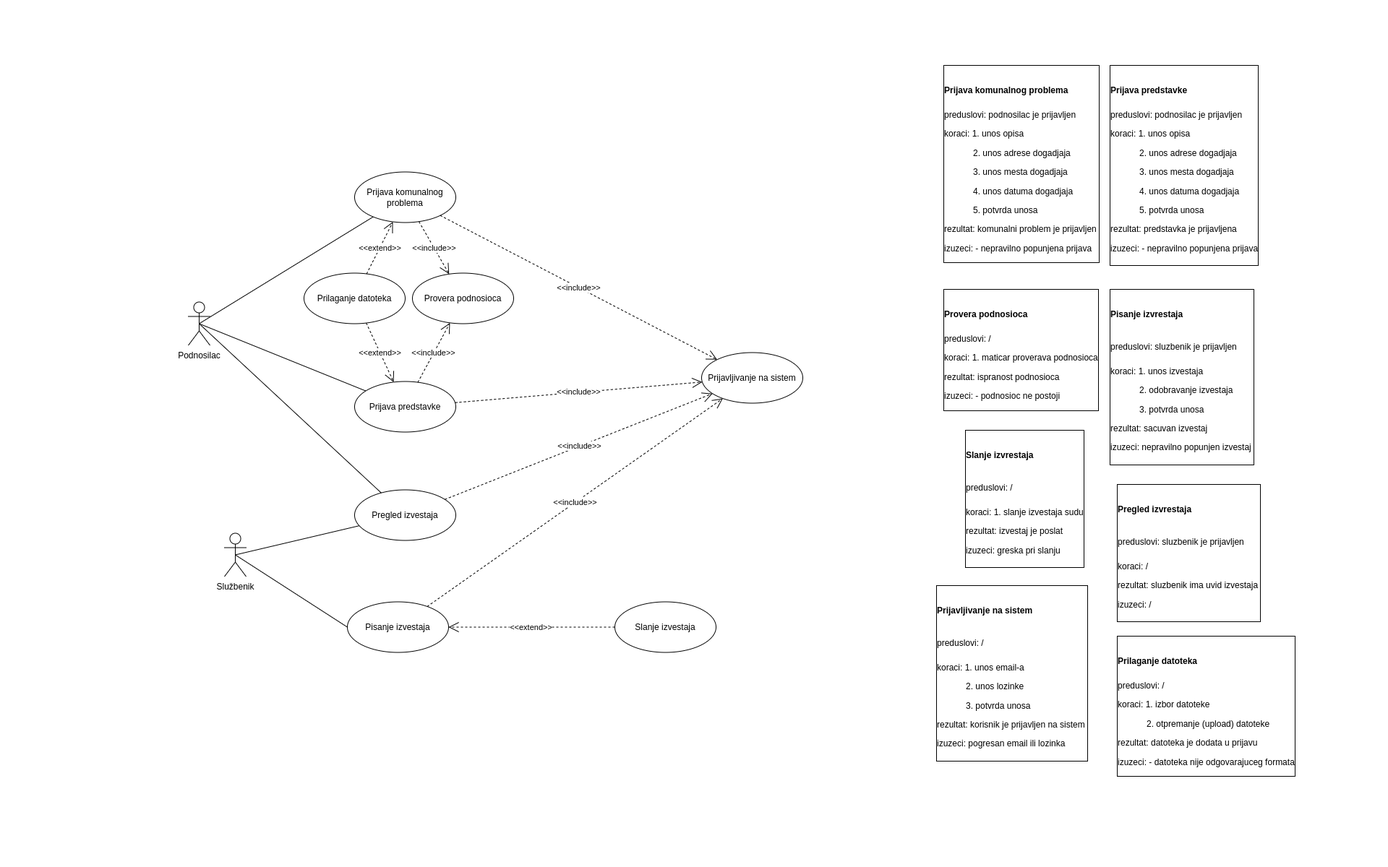
Earlier version of the draw.io export 9. komunalna policija i inspekcija/use-case-diagram.png (stefanjelkic00/eUprava-1). Source tidied: cells renumbered, new cells last; positions are measured from the earlier drawing's top-left corner, leaving out a move shared by most shapes.
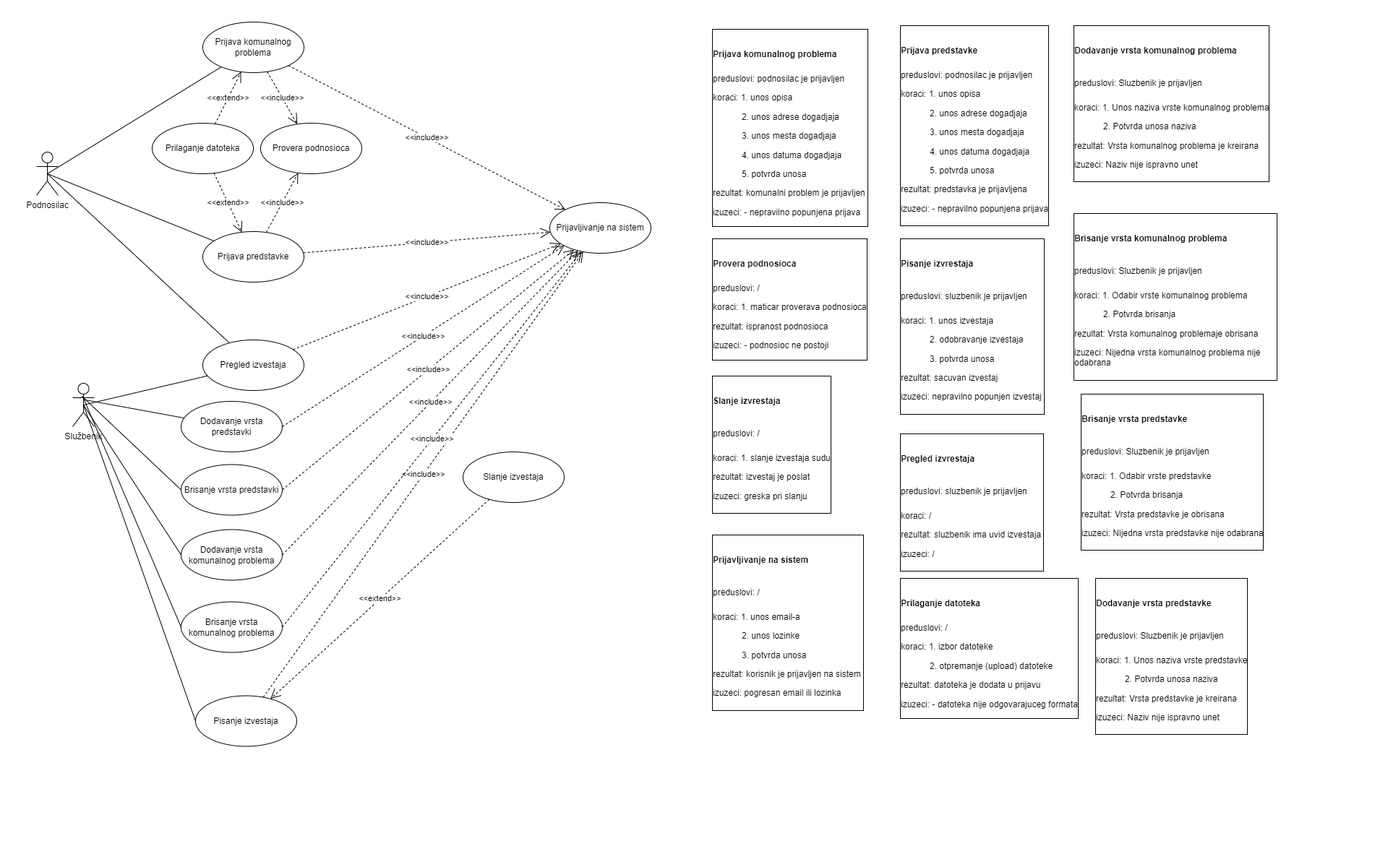
After the change.

Commit message:
Update class diagram and use case diagram

The edit, as a diff of the source:
```diff
@@ -5,15 +5,15 @@
     <mxCell id="2" value="Podnosilac" style="shape=umlActor;verticalLabelPosition=bottom;verticalAlign=top;html=1;" parent="1" vertex="1">
-      <mxGeometry y="317.5" width="30" height="60" as="geometry" />
+      <mxGeometry x="-210" y="110" width="30" height="60" as="geometry" />
     </mxCell>
     <mxCell id="3" value="Službenik" style="shape=umlActor;verticalLabelPosition=bottom;verticalAlign=top;html=1;" parent="1" vertex="1">
-      <mxGeometry x="50" y="637.5" width="30" height="60" as="geometry" />
+      <mxGeometry x="-160" y="430" width="30" height="60" as="geometry" />
     </mxCell>
     <mxCell id="4" value="Prijava komunalnog problema" style="ellipse;whiteSpace=wrap;html=1;" parent="1" vertex="1">
-      <mxGeometry x="230" y="137.5" width="140" height="70" as="geometry" />
+      <mxGeometry x="20" y="-70" width="140" height="70" as="geometry" />
     </mxCell>
     <mxCell id="5" value="Prijavljivanje na sistem" style="ellipse;whiteSpace=wrap;html=1;" parent="1" vertex="1">
-      <mxGeometry x="710" y="387.5" width="140" height="70" as="geometry" />
+      <mxGeometry x="500" y="180" width="140" height="70" as="geometry" />
     </mxCell>
     <mxCell id="6" value="Pisanje izvestaja" style="ellipse;whiteSpace=wrap;html=1;" parent="1" vertex="1">
-      <mxGeometry x="220" y="732.5" width="140" height="70" as="geometry" />
+      <mxGeometry x="10" y="862.5" width="140" height="70" as="geometry" />
     </mxCell>
@@ -26,3 +26,3 @@
     <mxCell id="9" value="Prilaganje datoteka" style="ellipse;whiteSpace=wrap;html=1;" parent="1" vertex="1">
-      <mxGeometry x="160" y="277.5" width="140" height="70" as="geometry" />
+      <mxGeometry x="-50" y="70" width="140" height="70" as="geometry" />
     </mxCell>
@@ -32,3 +32,3 @@
     <mxCell id="11" value="Pregled izvestaja" style="ellipse;whiteSpace=wrap;html=1;" parent="1" vertex="1">
-      <mxGeometry x="230" y="577.5" width="140" height="70" as="geometry" />
+      <mxGeometry x="20" y="370" width="140" height="70" as="geometry" />
     </mxCell>
@@ -44,3 +44,3 @@
     <mxCell id="15" value="Slanje izvestaja" style="ellipse;whiteSpace=wrap;html=1;" parent="1" vertex="1">
-      <mxGeometry x="590" y="732.5" width="140" height="70" as="geometry" />
+      <mxGeometry x="380" y="525" width="140" height="70" as="geometry" />
     </mxCell>
@@ -50,3 +50,3 @@
     <mxCell id="17" value="Prijava predstavke" style="ellipse;whiteSpace=wrap;html=1;" parent="1" vertex="1">
-      <mxGeometry x="230" y="427.5" width="140" height="70" as="geometry" />
+      <mxGeometry x="20" y="220" width="140" height="70" as="geometry" />
     </mxCell>
@@ -65,3 +65,3 @@
     <mxCell id="22" value="Provera podnosioca" style="ellipse;whiteSpace=wrap;html=1;" parent="1" vertex="1">
-      <mxGeometry x="310" y="277.5" width="140" height="70" as="geometry" />
+      <mxGeometry x="100" y="70" width="140" height="70" as="geometry" />
     </mxCell>
@@ -77,25 +77,73 @@
     <mxCell id="26" value="&lt;h1&gt;&lt;font style=&quot;font-size: 12px&quot;&gt;Prijava komunalnog problema&lt;/font&gt;&lt;/h1&gt;&lt;p&gt;preduslovi: podnosilac je prijavljen&lt;/p&gt;&lt;p&gt;koraci: 1. unos opisa&lt;/p&gt;&lt;p&gt;&lt;span style=&quot;white-space: pre&quot;&gt;&#9;&lt;/span&gt;&amp;nbsp; &amp;nbsp; 2. unos adrese dogadjaja&lt;br&gt;&lt;/p&gt;&lt;p&gt;&lt;span style=&quot;white-space: pre&quot;&gt;&#9;&lt;/span&gt;&amp;nbsp; &amp;nbsp; 3. unos mesta dogadjaja&lt;br&gt;&lt;/p&gt;&lt;p&gt;&lt;span style=&quot;white-space: pre&quot;&gt;&#9;&lt;/span&gt;&amp;nbsp; &amp;nbsp; 4. unos datuma dogadjaja&lt;br&gt;&lt;/p&gt;&lt;p&gt;&lt;span style=&quot;white-space: pre&quot;&gt;&#9;&lt;/span&gt;&amp;nbsp; &amp;nbsp; 5. potvrda unosa&lt;br&gt;&lt;/p&gt;&lt;p&gt;rezultat: komunalni problem je prijavljen&amp;nbsp;&lt;/p&gt;&lt;p&gt;izuzeci: - nepravilno popunjena prijava&lt;/p&gt;" style="text;html=1;strokeColor=none;fillColor=none;spacing=5;spacingTop=-20;whiteSpace=wrap;overflow=hidden;rounded=0;labelBorderColor=default;" parent="1" vertex="1">
-      <mxGeometry x="1040" width="270" height="280" as="geometry" />
+      <mxGeometry x="720" y="-50" width="270" height="280" as="geometry" />
     </mxCell>
     <mxCell id="27" value="&lt;h1&gt;&lt;font style=&quot;font-size: 12px&quot;&gt;Prilaganje datoteka&lt;/font&gt;&lt;/h1&gt;&lt;p&gt;preduslovi: /&lt;/p&gt;&lt;p&gt;koraci: 1. izbor datoteke&lt;/p&gt;&lt;p&gt;&lt;span style=&quot;white-space: pre&quot;&gt;&#9;&lt;/span&gt;&amp;nbsp; &amp;nbsp; 2. otpremanje (upload) datoteke&lt;/p&gt;&lt;p&gt;rezultat: datoteka je dodata u prijavu&amp;nbsp;&lt;/p&gt;&lt;p&gt;&lt;span&gt;izuzeci: - datoteka nije odgovarajuceg formata&lt;/span&gt;&lt;/p&gt;" style="text;html=1;strokeColor=none;fillColor=none;spacing=5;spacingTop=-20;whiteSpace=wrap;overflow=hidden;rounded=0;labelBorderColor=default;fontSize=12;" parent="1" vertex="1">
-      <mxGeometry x="1280" y="790" width="290" height="210" as="geometry" />
+      <mxGeometry x="980" y="710" width="290" height="210" as="geometry" />
     </mxCell>
     <mxCell id="28" value="&lt;h1&gt;&lt;font style=&quot;font-size: 12px&quot;&gt;Provera podnosioca&lt;/font&gt;&lt;/h1&gt;&lt;p&gt;preduslovi: /&lt;/p&gt;&lt;p&gt;koraci: 1. maticar proverava podnosioca&lt;/p&gt;&lt;p&gt;rezultat: ispranost podnosioca&amp;nbsp;&lt;/p&gt;&lt;p&gt;&lt;span&gt;izuzeci: - podnosioc ne postoji&lt;/span&gt;&lt;/p&gt;" style="text;html=1;strokeColor=none;fillColor=none;spacing=5;spacingTop=-20;whiteSpace=wrap;overflow=hidden;rounded=0;labelBorderColor=default;fontSize=12;" parent="1" vertex="1">
-      <mxGeometry x="1040" y="310" width="290" height="320" as="geometry" />
+      <mxGeometry x="720" y="240" width="290" height="320" as="geometry" />
     </mxCell>
     <mxCell id="29" value="&lt;h1&gt;&lt;span style=&quot;font-size: 12px&quot;&gt;Prijava predstavke&lt;/span&gt;&lt;/h1&gt;&lt;h1&gt;&lt;p style=&quot;font-size: 12px ; font-weight: 400&quot;&gt;preduslovi: podnosilac je prijavljen&lt;/p&gt;&lt;p style=&quot;font-size: 12px ; font-weight: 400&quot;&gt;koraci: 1. unos opisa&lt;/p&gt;&lt;p style=&quot;font-size: 12px ; font-weight: 400&quot;&gt;&lt;span&gt;&#9;&lt;/span&gt;&lt;span style=&quot;white-space: pre&quot;&gt;&#9;&lt;/span&gt;&amp;nbsp; &amp;nbsp; 2. unos adrese dogadjaja&lt;br&gt;&lt;/p&gt;&lt;p style=&quot;font-size: 12px ; font-weight: 400&quot;&gt;&lt;span&gt;&#9;&lt;/span&gt;&amp;nbsp; &amp;nbsp; &lt;span style=&quot;white-space: pre&quot;&gt;&#9;&amp;nbsp;&lt;/span&gt;&amp;nbsp; &amp;nbsp;3. unos mesta dogadjaja&lt;br&gt;&lt;/p&gt;&lt;p style=&quot;font-size: 12px ; font-weight: 400&quot;&gt;&lt;span&gt;&#9;&lt;/span&gt;&amp;nbsp; &amp;nbsp; &lt;span style=&quot;white-space: pre&quot;&gt;&#9;&lt;/span&gt;&amp;nbsp; &amp;nbsp; 4. unos datuma dogadjaja&lt;br&gt;&lt;/p&gt;&lt;p style=&quot;font-size: 12px ; font-weight: 400&quot;&gt;&lt;span&gt;&#9;&lt;/span&gt;&amp;nbsp; &amp;nbsp; &lt;span style=&quot;white-space: pre&quot;&gt;&#9;&lt;/span&gt;&amp;nbsp; &amp;nbsp; 5. potvrda unosa&lt;br&gt;&lt;/p&gt;&lt;p style=&quot;font-size: 12px ; font-weight: 400&quot;&gt;rezultat: predstavka je prijavljena&amp;nbsp;&lt;/p&gt;&lt;p style=&quot;font-size: 12px ; font-weight: 400&quot;&gt;izuzeci: - nepravilno popunjena prijava&lt;/p&gt;&lt;/h1&gt;" style="text;html=1;strokeColor=none;fillColor=none;spacing=5;spacingTop=-20;whiteSpace=wrap;overflow=hidden;rounded=0;labelBorderColor=default;fontSize=12;" parent="1" vertex="1">
-      <mxGeometry x="1270" width="290" height="320" as="geometry" />
+      <mxGeometry x="980" y="-55" width="290" height="320" as="geometry" />
     </mxCell>
     <mxCell id="30" value="&lt;h1&gt;&lt;span style=&quot;font-size: 12px&quot;&gt;Pregled izvrestaja&lt;/span&gt;&lt;/h1&gt;&lt;h1&gt;&lt;span style=&quot;font-size: 12px ; font-weight: 400&quot;&gt;preduslovi: sluzbenik je prijavljen&lt;/span&gt;&lt;br&gt;&lt;/h1&gt;&lt;h1&gt;&lt;p style=&quot;font-size: 12px ; font-weight: 400&quot;&gt;koraci: /&lt;/p&gt;&lt;p style=&quot;font-size: 12px ; font-weight: 400&quot;&gt;rezultat: sluzbenik ima uvid izvestaja&amp;nbsp;&lt;/p&gt;&lt;p style=&quot;font-size: 12px ; font-weight: 400&quot;&gt;izuzeci: /&lt;/p&gt;&lt;/h1&gt;" style="text;html=1;strokeColor=none;fillColor=none;spacing=5;spacingTop=-20;whiteSpace=wrap;overflow=hidden;rounded=0;labelBorderColor=default;fontSize=12;" parent="1" vertex="1">
-      <mxGeometry x="1280" y="580" width="290" height="320" as="geometry" />
+      <mxGeometry x="980" y="510" width="290" height="320" as="geometry" />
     </mxCell>
     <mxCell id="31" value="&lt;h1&gt;&lt;span style=&quot;font-size: 12px&quot;&gt;Pisanje izvrestaja&lt;/span&gt;&lt;/h1&gt;&lt;h1&gt;&lt;span style=&quot;font-size: 12px ; font-weight: 400&quot;&gt;preduslovi: sluzbenik je prijavljen&lt;/span&gt;&lt;br&gt;&lt;/h1&gt;&lt;h1&gt;&lt;p style=&quot;font-size: 12px ; font-weight: 400&quot;&gt;koraci: 1. unos izvestaja&lt;/p&gt;&lt;p style=&quot;font-size: 12px ; font-weight: 400&quot;&gt;&lt;span style=&quot;white-space: pre&quot;&gt;&#9;&lt;/span&gt;&amp;nbsp; &amp;nbsp; 2. odobravanje izvestaja&lt;br&gt;&lt;/p&gt;&lt;p style=&quot;font-size: 12px ; font-weight: 400&quot;&gt;&lt;span style=&quot;white-space: pre&quot;&gt;&#9;&lt;/span&gt;&amp;nbsp; &amp;nbsp; 3. potvrda unosa&lt;br&gt;&lt;/p&gt;&lt;p style=&quot;font-size: 12px ; font-weight: 400&quot;&gt;rezultat: sacuvan izvestaj&amp;nbsp;&lt;/p&gt;&lt;p style=&quot;font-size: 12px ; font-weight: 400&quot;&gt;izuzeci: nepravilno popunjen izvestaj&amp;nbsp;&lt;/p&gt;&lt;/h1&gt;" style="text;html=1;strokeColor=none;fillColor=none;spacing=5;spacingTop=-20;whiteSpace=wrap;overflow=hidden;rounded=0;labelBorderColor=default;fontSize=12;" parent="1" vertex="1">
-      <mxGeometry x="1270" y="310" width="290" height="320" as="geometry" />
+      <mxGeometry x="980" y="240" width="290" height="320" as="geometry" />
     </mxCell>
     <mxCell id="32" value="&lt;p style=&quot;line-height: 1&quot;&gt;&lt;/p&gt;&lt;h1&gt;&lt;span style=&quot;font-size: 12px&quot;&gt;Slanje izvrestaja&lt;/span&gt;&lt;/h1&gt;&lt;h1&gt;&lt;span style=&quot;font-size: 12px ; font-weight: 400&quot;&gt;preduslovi: /&lt;/span&gt;&lt;br&gt;&lt;/h1&gt;&lt;h1&gt;&lt;p style=&quot;font-size: 12px ; font-weight: 400&quot;&gt;koraci: 1. slanje izvestaja sudu&lt;/p&gt;&lt;p style=&quot;font-size: 12px ; font-weight: 400&quot;&gt;rezultat: izvestaj je poslat&amp;nbsp;&lt;/p&gt;&lt;p style=&quot;font-size: 12px ; font-weight: 400&quot;&gt;izuzeci: greska pri slanju&lt;/p&gt;&lt;/h1&gt;&lt;p&gt;&lt;/p&gt;" style="text;html=1;strokeColor=none;fillColor=none;spacing=5;spacingTop=-20;whiteSpace=wrap;overflow=hidden;rounded=0;labelBorderColor=default;fontSize=12;" parent="1" vertex="1">
-      <mxGeometry x="1070" y="505" width="290" height="320" as="geometry" />
+      <mxGeometry x="720" y="430" width="290" height="320" as="geometry" />
     </mxCell>
     <mxCell id="33" value="&lt;h1&gt;&lt;span style=&quot;font-size: 12px&quot;&gt;Prijavljivanje na sistem&lt;/span&gt;&lt;/h1&gt;&lt;h1&gt;&lt;span style=&quot;font-size: 12px ; font-weight: 400&quot;&gt;preduslovi: /&lt;/span&gt;&lt;br&gt;&lt;/h1&gt;&lt;h1&gt;&lt;p style=&quot;font-size: 12px ; font-weight: 400&quot;&gt;koraci: 1. unos email-a&lt;/p&gt;&lt;p style=&quot;font-size: 12px ; font-weight: 400&quot;&gt;&lt;span style=&quot;white-space: pre&quot;&gt;&#9;&lt;/span&gt;&amp;nbsp; &amp;nbsp; 2. unos lozinke&lt;br&gt;&lt;/p&gt;&lt;p style=&quot;font-size: 12px ; font-weight: 400&quot;&gt;&lt;span style=&quot;white-space: pre&quot;&gt;&#9;&lt;/span&gt;&amp;nbsp; &amp;nbsp; 3. potvrda unosa&lt;br&gt;&lt;/p&gt;&lt;p style=&quot;font-size: 12px ; font-weight: 400&quot;&gt;rezultat: korisnik je prijavljen na sistem&amp;nbsp;&lt;/p&gt;&lt;p style=&quot;font-size: 12px ; font-weight: 400&quot;&gt;izuzeci: pogresan email ili lozinka&amp;nbsp;&lt;/p&gt;&lt;/h1&gt;" style="text;html=1;strokeColor=none;fillColor=none;spacing=5;spacingTop=-20;whiteSpace=wrap;overflow=hidden;rounded=0;labelBorderColor=default;fontSize=12;" parent="1" vertex="1">
-      <mxGeometry x="1030" y="720" width="290" height="260" as="geometry" />
+      <mxGeometry x="720" y="650" width="290" height="260" as="geometry" />
     </mxCell>
+    <mxCell id="34" value="Dodavanje vrsta predstavki&lt;br&gt;" style="ellipse;whiteSpace=wrap;html=1;" parent="1" vertex="1">
+      <mxGeometry x="-10" y="455" width="140" height="70" as="geometry" />
+    </mxCell>
+    <mxCell id="35" value="Brisanje vrsta predstavki" style="ellipse;whiteSpace=wrap;html=1;" parent="1" vertex="1">
+      <mxGeometry x="-10" y="542.5" width="140" height="70" as="geometry" />
+    </mxCell>
+    <mxCell id="36" style="endArrow=none;html=1;rounded=0;strokeColor=default;entryX=0.49;entryY=0.376;entryDx=0;entryDy=0;entryPerimeter=0;" parent="1" edge="1" source="34" target="3">
+      <mxGeometry relative="1" as="geometry" />
+    </mxCell>
+    <mxCell id="37" style="endArrow=none;html=1;rounded=0;strokeColor=default;entryX=0.427;entryY=0.298;entryDx=0;entryDy=0;entryPerimeter=0;exitX=0;exitY=0.5;exitDx=0;exitDy=0;" parent="1" edge="1" source="35" target="3">
+      <mxGeometry relative="1" as="geometry" />
+    </mxCell>
+    <mxCell id="38" value="Dodavanje vrsta komunalnog problema" style="ellipse;whiteSpace=wrap;html=1;" parent="1" vertex="1">
+      <mxGeometry x="-10" y="632.5" width="140" height="70" as="geometry" />
+    </mxCell>
+    <mxCell id="39" value="Brisanje vrsta komunalnog problema" style="ellipse;whiteSpace=wrap;html=1;" parent="1" vertex="1">
+      <mxGeometry x="-10" y="732.5" width="140" height="70" as="geometry" />
+    </mxCell>
+    <mxCell id="40" style="endArrow=none;html=1;rounded=0;strokeColor=default;entryX=0.5;entryY=0.5;entryDx=0;entryDy=0;entryPerimeter=0;exitX=0;exitY=0.5;exitDx=0;exitDy=0;" parent="1" edge="1" source="38" target="3">
+      <mxGeometry relative="1" as="geometry" />
+    </mxCell>
+    <mxCell id="41" style="endArrow=none;html=1;rounded=0;strokeColor=default;entryX=0.459;entryY=0.298;entryDx=0;entryDy=0;entryPerimeter=0;exitX=0;exitY=0.5;exitDx=0;exitDy=0;" parent="1" edge="1" source="39" target="3">
+      <mxGeometry relative="1" as="geometry" />
+    </mxCell>
+    <mxCell id="42" value="&amp;lt;&amp;lt;include&amp;gt;&amp;gt;" style="endArrow=open;endSize=12;dashed=1;html=1;rounded=0;exitX=1;exitY=0.5;exitDx=0;exitDy=0;entryX=0;entryY=1;entryDx=0;entryDy=0;" parent="1" edge="1" source="34" target="5">
+      <mxGeometry relative="1" as="geometry" />
+    </mxCell>
+    <mxCell id="43" value="&amp;lt;&amp;lt;include&amp;gt;&amp;gt;" style="endArrow=open;endSize=12;dashed=1;html=1;rounded=0;exitX=1;exitY=0.5;exitDx=0;exitDy=0;" parent="1" edge="1" source="35" target="5">
+      <mxGeometry relative="1" as="geometry" />
+    </mxCell>
+    <mxCell id="44" value="&amp;lt;&amp;lt;include&amp;gt;&amp;gt;" style="endArrow=open;endSize=12;dashed=1;html=1;rounded=0;exitX=1;exitY=0.5;exitDx=0;exitDy=0;" parent="1" edge="1" source="38" target="5">
+      <mxGeometry relative="1" as="geometry" />
+    </mxCell>
+    <mxCell id="45" value="&amp;lt;&amp;lt;include&amp;gt;&amp;gt;" style="endArrow=open;endSize=12;dashed=1;html=1;rounded=0;exitX=1;exitY=0.5;exitDx=0;exitDy=0;" parent="1" edge="1" source="39" target="5">
+      <mxGeometry relative="1" as="geometry" />
+    </mxCell>
+    <mxCell id="46" value="&lt;p style=&quot;line-height: 1&quot;&gt;&lt;/p&gt;&lt;h1&gt;&lt;span style=&quot;font-size: 12px&quot;&gt;Dodavanje vrsta predstavke&lt;/span&gt;&lt;/h1&gt;&lt;h1&gt;&lt;span style=&quot;font-size: 12px ; font-weight: 400&quot;&gt;preduslovi: Sluzbenik je prijavljen&lt;/span&gt;&lt;br&gt;&lt;/h1&gt;&lt;h1&gt;&lt;p style=&quot;font-size: 12px ; font-weight: 400&quot;&gt;koraci: 1. Unos naziva vrste predstavke&lt;/p&gt;&lt;p style=&quot;font-size: 12px ; font-weight: 400&quot;&gt;&lt;span style=&quot;white-space: pre&quot;&gt;&#9;&lt;/span&gt;&amp;nbsp; &amp;nbsp; 2. Potvrda unosa naziva&lt;br&gt;&lt;/p&gt;&lt;p style=&quot;font-size: 12px ; font-weight: 400&quot;&gt;rezultat: Vrsta predstavke je kreirana&lt;/p&gt;&lt;p style=&quot;font-size: 12px ; font-weight: 400&quot;&gt;izuzeci: Naziv nije ispravno unet&lt;/p&gt;&lt;/h1&gt;&lt;p&gt;&lt;/p&gt;" style="text;html=1;strokeColor=none;fillColor=none;spacing=5;spacingTop=-20;whiteSpace=wrap;overflow=hidden;rounded=0;labelBorderColor=default;fontSize=12;" parent="1" vertex="1">
+      <mxGeometry x="1250" y="710" width="290" height="320" as="geometry" />
+    </mxCell>
+    <mxCell id="47" value="&lt;p style=&quot;line-height: 1&quot;&gt;&lt;/p&gt;&lt;h1&gt;&lt;span style=&quot;font-size: 12px&quot;&gt;Brisanje vrsta predstavke&lt;/span&gt;&lt;/h1&gt;&lt;h1&gt;&lt;span style=&quot;font-size: 12px ; font-weight: 400&quot;&gt;preduslovi: Sluzbenik je prijavljen&lt;/span&gt;&lt;br&gt;&lt;/h1&gt;&lt;h1&gt;&lt;p style=&quot;font-size: 12px ; font-weight: 400&quot;&gt;koraci: 1. Odabir vrste predstavke&lt;/p&gt;&lt;p style=&quot;font-size: 12px ; font-weight: 400&quot;&gt;&lt;span style=&quot;white-space: pre&quot;&gt;&#9;&lt;/span&gt;&amp;nbsp; &amp;nbsp; 2. Potvrda brisanja&lt;br&gt;&lt;/p&gt;&lt;p style=&quot;font-size: 12px ; font-weight: 400&quot;&gt;rezultat: Vrsta predstavke je obrisana&lt;/p&gt;&lt;p style=&quot;font-size: 12px ; font-weight: 400&quot;&gt;izuzeci: Nijedna vrsta predstavke nije odabrana&lt;/p&gt;&lt;/h1&gt;&lt;p&gt;&lt;/p&gt;" style="text;html=1;strokeColor=none;fillColor=none;spacing=5;spacingTop=-20;whiteSpace=wrap;overflow=hidden;rounded=0;labelBorderColor=default;fontSize=12;" parent="1" vertex="1">
+      <mxGeometry x="1230" y="455" width="290" height="320" as="geometry" />
+    </mxCell>
+    <mxCell id="48" value="&lt;p style=&quot;line-height: 1&quot;&gt;&lt;/p&gt;&lt;h1&gt;&lt;span style=&quot;font-size: 12px&quot;&gt;Dodavanje vrsta komunalnog problema&lt;/span&gt;&lt;/h1&gt;&lt;h1&gt;&lt;span style=&quot;font-size: 12px ; font-weight: 400&quot;&gt;preduslovi: Sluzbenik je prijavljen&lt;/span&gt;&lt;br&gt;&lt;/h1&gt;&lt;h1&gt;&lt;p style=&quot;font-size: 12px ; font-weight: 400&quot;&gt;koraci: 1. Unos naziva vrste komunalnog problema&lt;/p&gt;&lt;p style=&quot;font-size: 12px ; font-weight: 400&quot;&gt;&lt;span style=&quot;white-space: pre&quot;&gt;&#9;&lt;/span&gt;&amp;nbsp; &amp;nbsp; 2. Potvrda unosa naziva&lt;br&gt;&lt;/p&gt;&lt;p style=&quot;font-size: 12px ; font-weight: 400&quot;&gt;rezultat: Vrsta komunalnog problema je kreirana&lt;/p&gt;&lt;p style=&quot;font-size: 12px ; font-weight: 400&quot;&gt;izuzeci: Naziv nije ispravno unet&lt;/p&gt;&lt;/h1&gt;&lt;p&gt;&lt;/p&gt;" style="text;html=1;strokeColor=none;fillColor=none;spacing=5;spacingTop=-20;whiteSpace=wrap;overflow=hidden;rounded=0;labelBorderColor=default;fontSize=12;" parent="1" vertex="1">
+      <mxGeometry x="1220" y="-55" width="290" height="320" as="geometry" />
+    </mxCell>
+    <mxCell id="49" value="&lt;p style=&quot;line-height: 1&quot;&gt;&lt;/p&gt;&lt;h1&gt;&lt;span style=&quot;font-size: 12px&quot;&gt;Brisanje vrsta komunalnog problema&lt;/span&gt;&lt;/h1&gt;&lt;h1&gt;&lt;span style=&quot;font-size: 12px ; font-weight: 400&quot;&gt;preduslovi: Sluzbenik je prijavljen&lt;/span&gt;&lt;br&gt;&lt;/h1&gt;&lt;h1&gt;&lt;p style=&quot;font-size: 12px ; font-weight: 400&quot;&gt;koraci: 1. Odabir vrste komunalnog problema&lt;/p&gt;&lt;p style=&quot;font-size: 12px ; font-weight: 400&quot;&gt;&lt;span style=&quot;white-space: pre&quot;&gt;&#9;&lt;/span&gt;&amp;nbsp; &amp;nbsp; 2. Potvrda brisanja&lt;br&gt;&lt;/p&gt;&lt;p style=&quot;font-size: 12px ; font-weight: 400&quot;&gt;rezultat: Vrsta komunalnog problemaje obrisana&lt;/p&gt;&lt;p style=&quot;font-size: 12px ; font-weight: 400&quot;&gt;izuzeci: Nijedna vrsta komunalnog problema nije odabrana&lt;/p&gt;&lt;/h1&gt;&lt;p&gt;&lt;/p&gt;" style="text;html=1;strokeColor=none;fillColor=none;spacing=5;spacingTop=-20;whiteSpace=wrap;overflow=hidden;rounded=0;labelBorderColor=default;fontSize=12;" parent="1" vertex="1">
+      <mxGeometry x="1220" y="205" width="290" height="320" as="geometry" />
+    </mxCell>
   </root>
```
